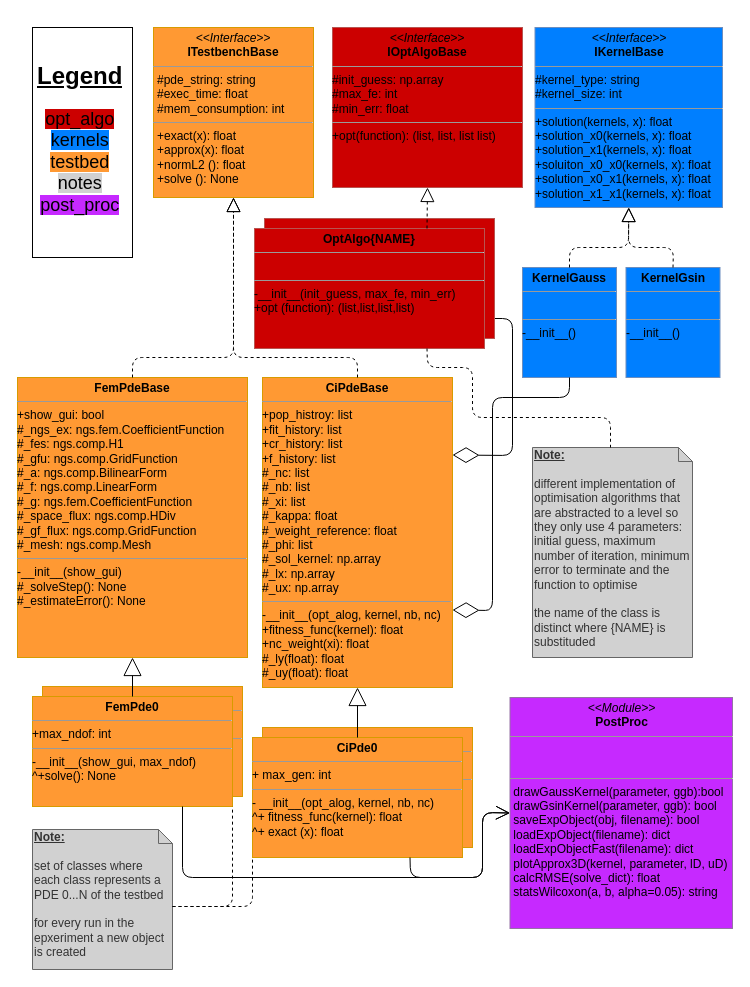
The draw.io diagram code/uml_diag/testbench_uml_class.drawio in nicolai-schwartze/Masterthesis, before the edit. Source tidied: cells renumbered, new cells numbered last; positions are measured from the earlier drawing's top-left corner, leaving out a move shared by most shapes. Both pictures are drawn from the tidied source at 100%, with x=0, y=0 at pixel (17, 27).
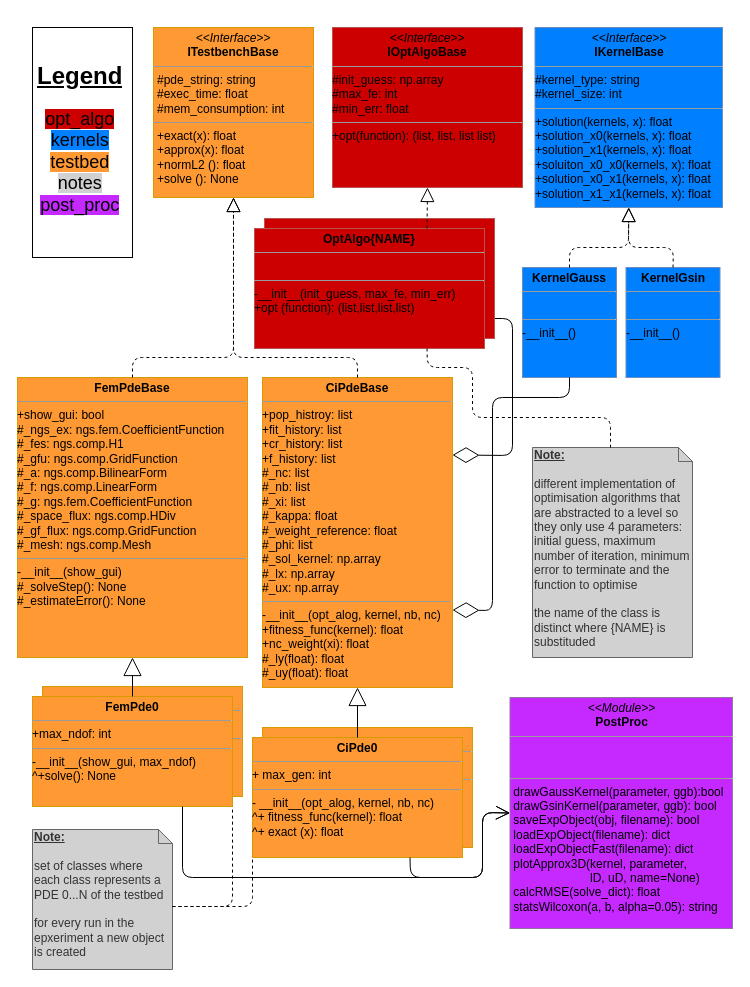
The same diagram, later.

What changed in the source:
```diff
@@
-    <mxCell id="29" value="&lt;p style=&quot;margin: 0px ; margin-top: 4px ; text-align: center&quot;&gt;&lt;i&gt;&amp;lt;&amp;lt;Module&amp;gt;&amp;gt;&lt;/i&gt;&lt;br&gt;&lt;b&gt;PostProc&lt;/b&gt;&lt;/p&gt;&lt;hr size=&quot;1&quot;&gt;&lt;p style=&quot;margin: 0px ; margin-left: 4px&quot;&gt;&lt;br&gt;&lt;/p&gt;&lt;p style=&quot;margin: 0px ; margin-left: 4px&quot;&gt;&lt;br&gt;&lt;/p&gt;&lt;hr size=&quot;1&quot;&gt;&lt;div&gt;&amp;nbsp;drawGaussKernel(parameter, ggb):bool&lt;/div&gt;&lt;div&gt;&amp;nbsp;drawGsinKernel(parameter, ggb): bool&lt;/div&gt;&lt;div&gt;&amp;nbsp;saveExpObject(obj, filename): bool&lt;/div&gt;&lt;div&gt;&amp;nbsp;loadExpObject(filename): dict&lt;/div&gt;&lt;div&gt;&amp;nbsp;loadExpObjectFast(filename): dict &lt;br&gt;&lt;/div&gt;&lt;div&gt;&amp;nbsp;plotApprox3D(kernel, parameter, lD, uD)&lt;/div&gt;&lt;div&gt;&amp;nbsp;calcRMSE(solve_dict): float&lt;/div&gt;&lt;div&gt;&amp;nbsp;statsWilcoxon(a, b, alpha=0.05): string&lt;br&gt;&lt;/div&gt;&lt;div&gt;&lt;br&gt;&lt;/div&gt;" style="verticalAlign=top;align=left;overflow=fill;fontSize=12;fontFamily=Helvetica;html=1;fillColor=#C629FF;strokeColor=#9673a6;" parent="1" vertex="1">
+    <mxCell id="29" value="&lt;p style=&quot;margin: 0px ; margin-top: 4px ; text-align: center&quot;&gt;&lt;i&gt;&amp;lt;&amp;lt;Module&amp;gt;&amp;gt;&lt;/i&gt;&lt;br&gt;&lt;b&gt;PostProc&lt;/b&gt;&lt;/p&gt;&lt;hr size=&quot;1&quot;&gt;&lt;p style=&quot;margin: 0px ; margin-left: 4px&quot;&gt;&lt;br&gt;&lt;/p&gt;&lt;p style=&quot;margin: 0px ; margin-left: 4px&quot;&gt;&lt;br&gt;&lt;/p&gt;&lt;hr size=&quot;1&quot;&gt;&lt;div&gt;&amp;nbsp;drawGaussKernel(parameter, ggb):bool&lt;/div&gt;&lt;div&gt;&amp;nbsp;drawGsinKernel(parameter, ggb): bool&lt;/div&gt;&lt;div&gt;&amp;nbsp;saveExpObject(obj, filename): bool&lt;/div&gt;&lt;div&gt;&amp;nbsp;loadExpObject(filename): dict&lt;/div&gt;&lt;div&gt;&amp;nbsp;loadExpObjectFast(filename): dict &lt;br&gt;&lt;/div&gt;&lt;div&gt;&amp;nbsp;plotApprox3D(kernel, parameter, &lt;br&gt;&amp;nbsp;&amp;nbsp;&amp;nbsp;&amp;nbsp;&amp;nbsp;&amp;nbsp;&amp;nbsp;&amp;nbsp;&amp;nbsp;&amp;nbsp;&amp;nbsp;&amp;nbsp;&amp;nbsp;&amp;nbsp;&amp;nbsp;&amp;nbsp;&amp;nbsp;&amp;nbsp;&amp;nbsp;&amp;nbsp;&amp;nbsp;&amp;nbsp;&amp;nbsp; lD, uD, name=None)&lt;/div&gt;&lt;div&gt;&amp;nbsp;calcRMSE(solve_dict): float&lt;/div&gt;&lt;div&gt;&amp;nbsp;statsWilcoxon(a, b, alpha=0.05): string&lt;br&gt;&lt;/div&gt;&lt;div&gt;&lt;br&gt;&lt;/div&gt;" style="verticalAlign=top;align=left;overflow=fill;fontSize=12;fontFamily=Helvetica;html=1;fillColor=#C629FF;strokeColor=#9673a6;" parent="1" vertex="1">
       <mxGeometry x="492.5" y="670" width="222.5" height="231" as="geometry" />
     </mxCell>
```
